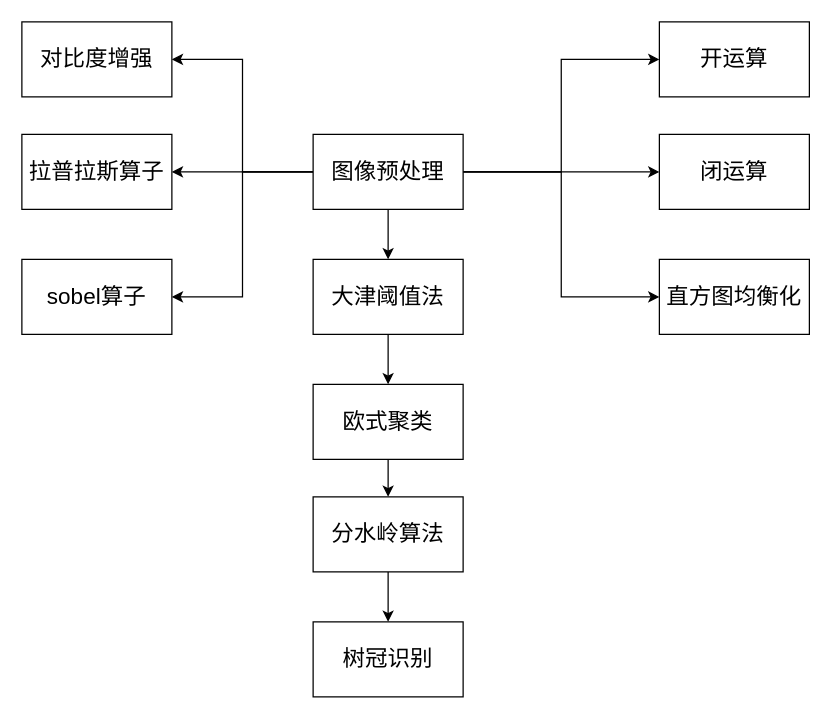
This is 图像处理步骤.drawio from dzydzydzy7/treeCrownSegmentation, a draw.io file, before an edit. Source tidied: cells renumbered, new cells numbered last; positions are measured from the earlier drawing's top-left corner, leaving out a move shared by most shapes. Both pictures are drawn from the tidied source at 125%, with x=0, y=0 at pixel (21, 21).
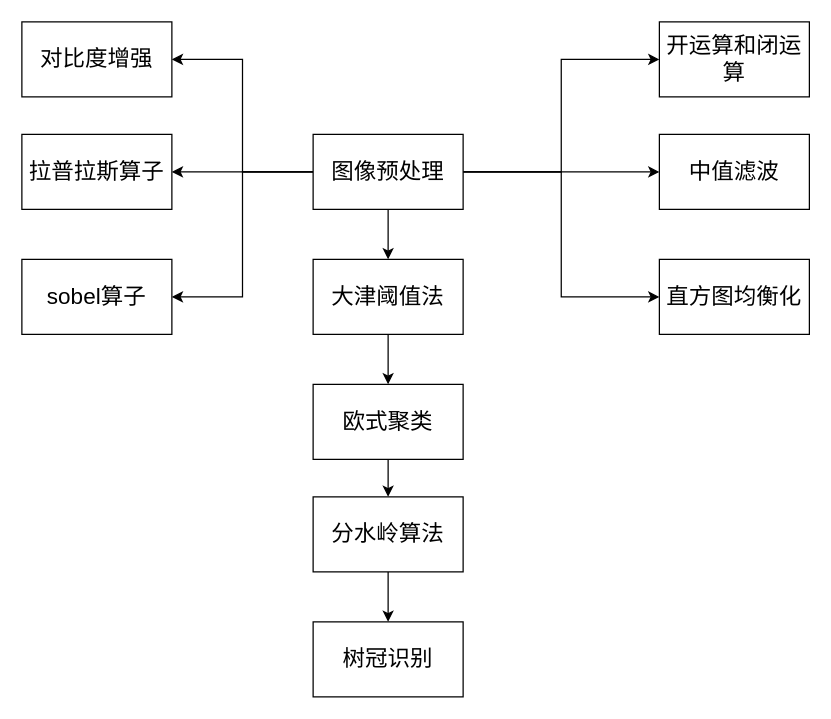
The same diagram, later.

Commit message:
更新图像处理步骤.drawio

What changed in the source:
```diff
@@
-    <mxCell id="5" value="开运算" style="rounded=0;whiteSpace=wrap;html=1;fontSize=18;" parent="1" vertex="1">
+    <mxCell id="5" value="开运算和闭运算" style="rounded=0;whiteSpace=wrap;html=1;fontSize=18;" parent="1" vertex="1">
       <mxGeometry x="510" width="120" height="60" as="geometry" />
     </mxCell>
@@
-    <mxCell id="14" value="闭运算" style="rounded=0;whiteSpace=wrap;html=1;fontSize=18;" parent="1" vertex="1">
+    <mxCell id="14" value="中值滤波" style="rounded=0;whiteSpace=wrap;html=1;fontSize=18;" parent="1" vertex="1">
       <mxGeometry x="510" y="90" width="120" height="60" as="geometry" />
     </mxCell>
```
